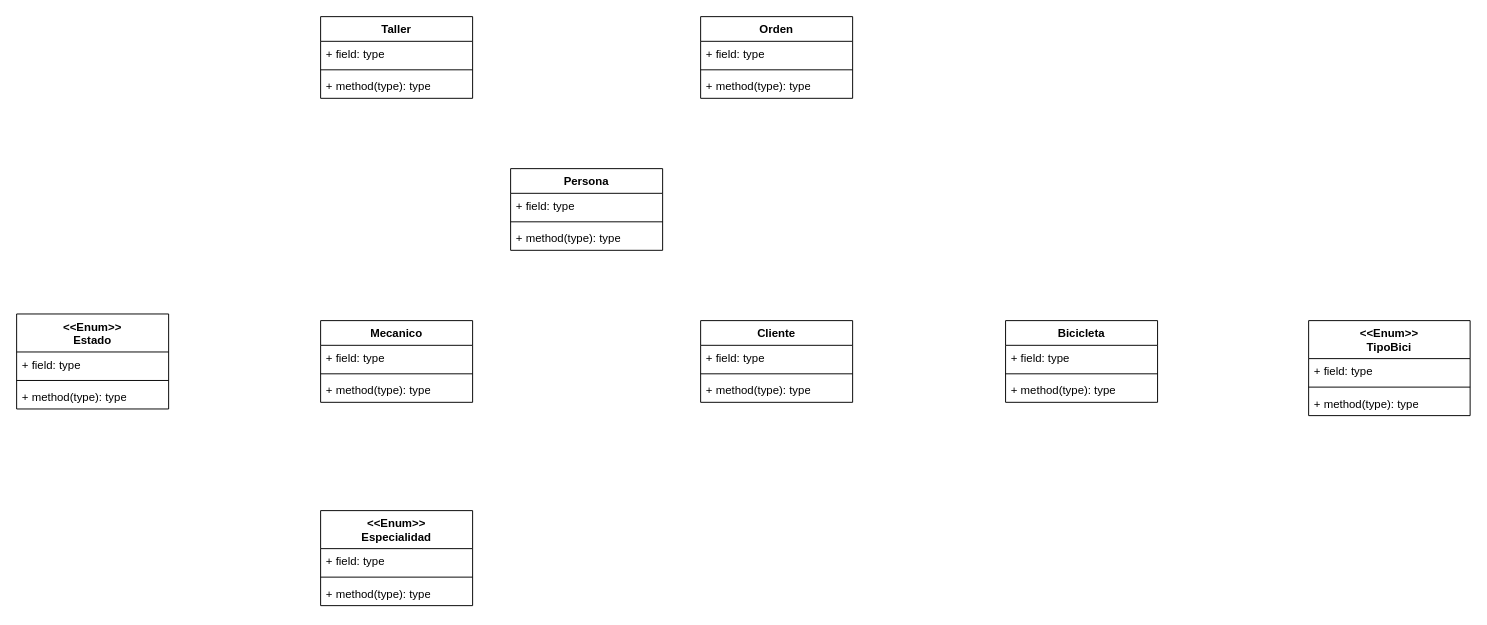
Before: DiagramaTallerBicicleta.drawio in NICO-O2/TallerBicicleta, a draw.io diagram. Source tidied: cells renumbered, new cells numbered last; positions are measured from the earlier drawing's top-left corner, leaving out a move shared by most shapes. Both pictures are drawn from the tidied source at 95%, with x=0, y=0 at pixel (16, 16).
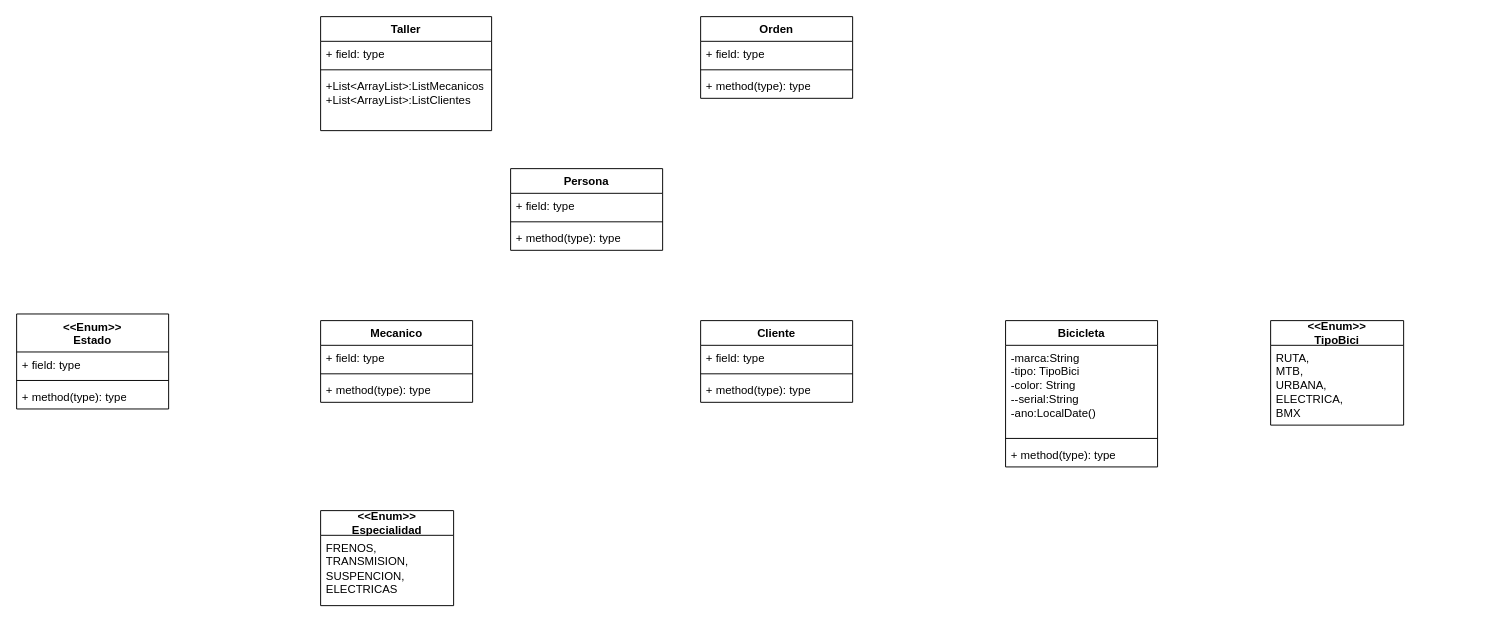
The same page after the edit.

Change to the diagram source:
```diff
@@
-    <mxCell id="2" value="&amp;lt;&amp;lt;Enum&amp;gt;&amp;gt;&lt;div&gt;Especialidad&lt;/div&gt;" style="swimlane;fontStyle=1;align=center;verticalAlign=top;horizontal=1;startSize=40;whiteSpace=wrap;html=1;" parent="1" vertex="1">
-      <mxGeometry x="320" y="520" width="160" height="100" as="geometry" />
-    </mxCell>
-    <mxCell id="3" value="+ field: type" style="text;strokeColor=none;fillColor=none;align=left;verticalAlign=top;spacingLeft=4;spacingRight=4;overflow=hidden;whiteSpace=wrap;html=1;" parent="2" vertex="1">
-      <mxGeometry y="40" width="160" height="26" as="geometry" />
-    </mxCell>
-    <mxCell id="4" style="line;strokeWidth=1;fillColor=none;align=left;verticalAlign=middle;spacingTop=-1;spacingLeft=3;spacingRight=3;labelPosition=right;strokeColor=inherit;" parent="2" vertex="1">
-      <mxGeometry y="66" width="160" height="8" as="geometry" />
-    </mxCell>
-    <mxCell id="5" value="+ method(type): type" style="text;strokeColor=none;fillColor=none;align=left;verticalAlign=top;spacingLeft=4;spacingRight=4;overflow=hidden;whiteSpace=wrap;html=1;" parent="2" vertex="1">
-      <mxGeometry y="74" width="160" height="26" as="geometry" />
-    </mxCell>
@@
-    <mxCell id="10" value="&amp;lt;&amp;lt;Enum&amp;gt;&amp;gt;&lt;div&gt;TipoBici&lt;/div&gt;" style="swimlane;fontStyle=1;align=center;verticalAlign=top;horizontal=1;startSize=40;whiteSpace=wrap;html=1;" parent="1" vertex="1">
-      <mxGeometry x="1360" y="320" width="170" height="100" as="geometry" />
-    </mxCell>
-    <mxCell id="11" value="+ field: type" style="text;strokeColor=none;fillColor=none;align=left;verticalAlign=top;spacingLeft=4;spacingRight=4;overflow=hidden;whiteSpace=wrap;html=1;" parent="10" vertex="1">
-      <mxGeometry y="40" width="170" height="26" as="geometry" />
-    </mxCell>
-    <mxCell id="12" style="line;strokeWidth=1;fillColor=none;align=left;verticalAlign=middle;spacingTop=-1;spacingLeft=3;spacingRight=3;labelPosition=right;strokeColor=inherit;" parent="10" vertex="1">
-      <mxGeometry y="66" width="170" height="8" as="geometry" />
-    </mxCell>
-    <mxCell id="13" value="+ method(type): type" style="text;strokeColor=none;fillColor=none;align=left;verticalAlign=top;spacingLeft=4;spacingRight=4;overflow=hidden;whiteSpace=wrap;html=1;" parent="10" vertex="1">
-      <mxGeometry y="74" width="170" height="26" as="geometry" />
-    </mxCell>
@@
     <mxCell id="26" value="Bicicleta" style="swimlane;fontStyle=1;align=center;verticalAlign=top;horizontal=1;startSize=26;whiteSpace=wrap;html=1;" parent="1" vertex="1">
-      <mxGeometry x="1041" y="320" width="160" height="86" as="geometry" />
+      <mxGeometry x="1041" y="320" width="160" height="154" as="geometry" />
     </mxCell>
-    <mxCell id="27" value="+ field: type" style="text;strokeColor=none;fillColor=none;align=left;verticalAlign=top;spacingLeft=4;spacingRight=4;overflow=hidden;whiteSpace=wrap;html=1;" parent="26" vertex="1">
-      <mxGeometry y="26" width="160" height="26" as="geometry" />
+    <mxCell id="27" value="-marca:String&lt;div&gt;-tipo: TipoBici&lt;/div&gt;&lt;div&gt;-color: String&lt;/div&gt;&lt;div&gt;--serial:String&lt;/div&gt;&lt;div&gt;-ano:LocalDate()&lt;/div&gt;" style="text;strokeColor=none;fillColor=none;align=left;verticalAlign=top;spacingLeft=4;spacingRight=4;overflow=hidden;whiteSpace=wrap;html=1;" parent="26" vertex="1">
+      <mxGeometry y="26" width="160" height="94" as="geometry" />
     </mxCell>
     <mxCell id="28" style="line;strokeWidth=1;fillColor=none;align=left;verticalAlign=middle;spacingTop=-1;spacingLeft=3;spacingRight=3;labelPosition=right;strokeColor=inherit;" parent="26" vertex="1">
-      <mxGeometry y="52" width="160" height="8" as="geometry" />
+      <mxGeometry y="120" width="160" height="8" as="geometry" />
     </mxCell>
     <mxCell id="29" value="+ method(type): type" style="text;strokeColor=none;fillColor=none;align=left;verticalAlign=top;spacingLeft=4;spacingRight=4;overflow=hidden;whiteSpace=wrap;html=1;" parent="26" vertex="1">
-      <mxGeometry y="60" width="160" height="26" as="geometry" />
+      <mxGeometry y="128" width="160" height="26" as="geometry" />
     </mxCell>
     <mxCell id="30" value="Taller" style="swimlane;fontStyle=1;align=center;verticalAlign=top;horizontal=1;startSize=26;whiteSpace=wrap;html=1;" parent="1" vertex="1">
-      <mxGeometry x="320" width="160" height="86" as="geometry" />
+      <mxGeometry x="320" width="180" height="120" as="geometry" />
     </mxCell>
     <mxCell id="31" value="+ field: type" style="text;strokeColor=none;fillColor=none;align=left;verticalAlign=top;spacingLeft=4;spacingRight=4;overflow=hidden;whiteSpace=wrap;html=1;" parent="30" vertex="1">
-      <mxGeometry y="26" width="160" height="26" as="geometry" />
+      <mxGeometry y="26" width="180" height="26" as="geometry" />
     </mxCell>
     <mxCell id="32" style="line;strokeWidth=1;fillColor=none;align=left;verticalAlign=middle;spacingTop=-1;spacingLeft=3;spacingRight=3;labelPosition=right;strokeColor=inherit;" parent="30" vertex="1">
-      <mxGeometry y="52" width="160" height="8" as="geometry" />
+      <mxGeometry y="52" width="180" height="8" as="geometry" />
     </mxCell>
-    <mxCell id="33" value="+ method(type): type" style="text;strokeColor=none;fillColor=none;align=left;verticalAlign=top;spacingLeft=4;spacingRight=4;overflow=hidden;whiteSpace=wrap;html=1;" parent="30" vertex="1">
-      <mxGeometry y="60" width="160" height="26" as="geometry" />
+    <mxCell id="33" value="+List&amp;lt;ArrayList&amp;gt;:ListMecanicos&lt;div&gt;+List&amp;lt;ArrayList&amp;gt;:ListClientes&lt;/div&gt;" style="text;strokeColor=none;fillColor=none;align=left;verticalAlign=top;spacingLeft=4;spacingRight=4;overflow=hidden;whiteSpace=wrap;html=1;" parent="30" vertex="1">
+      <mxGeometry y="60" width="180" height="60" as="geometry" />
     </mxCell>
@@
+    <mxCell id="10" value="&lt;span style=&quot;font-weight: 700;&quot;&gt;&amp;lt;&amp;lt;Enum&amp;gt;&amp;gt;&lt;/span&gt;&lt;div style=&quot;font-weight: 700;&quot;&gt;TipoBici&lt;/div&gt;" style="swimlane;fontStyle=0;horizontal=1;startSize=26;fillColor=none;whiteSpace=wrap;html=1;" parent="1" vertex="1">
+      <mxGeometry x="1320" y="320" width="140" height="110" as="geometry" />
+    </mxCell>
+    <mxCell id="38" value="RUTA,&lt;div&gt;MTB,&lt;/div&gt;&lt;div&gt;URBANA,&lt;/div&gt;&lt;div&gt;ELECTRICA,&lt;/div&gt;&lt;div&gt;BMX&lt;/div&gt;" style="text;strokeColor=none;fillColor=none;align=left;verticalAlign=top;spacingLeft=4;spacingRight=4;overflow=hidden;whiteSpace=wrap;html=1;" parent="10" vertex="1">
+      <mxGeometry y="26" width="140" height="84" as="geometry" />
+    </mxCell>
+    <mxCell id="2" value="&lt;span style=&quot;font-weight: 700;&quot;&gt;&amp;lt;&amp;lt;Enum&amp;gt;&amp;gt;&lt;/span&gt;&lt;div style=&quot;font-weight: 700;&quot;&gt;Especialidad&lt;/div&gt;" style="swimlane;fontStyle=0;horizontal=1;startSize=26;fillColor=none;whiteSpace=wrap;html=1;" parent="1" vertex="1">
+      <mxGeometry x="320" y="520" width="140" height="100" as="geometry" />
+    </mxCell>
+    <mxCell id="39" value="FRENOS,&lt;div&gt;TRANSMISION,&lt;/div&gt;&lt;div&gt;SUSPENCION,&lt;/div&gt;&lt;div&gt;ELECTRICAS&lt;/div&gt;" style="text;strokeColor=none;fillColor=none;align=left;verticalAlign=top;spacingLeft=4;spacingRight=4;overflow=hidden;whiteSpace=wrap;html=1;" parent="2" vertex="1">
+      <mxGeometry y="26" width="140" height="74" as="geometry" />
+    </mxCell>
```
